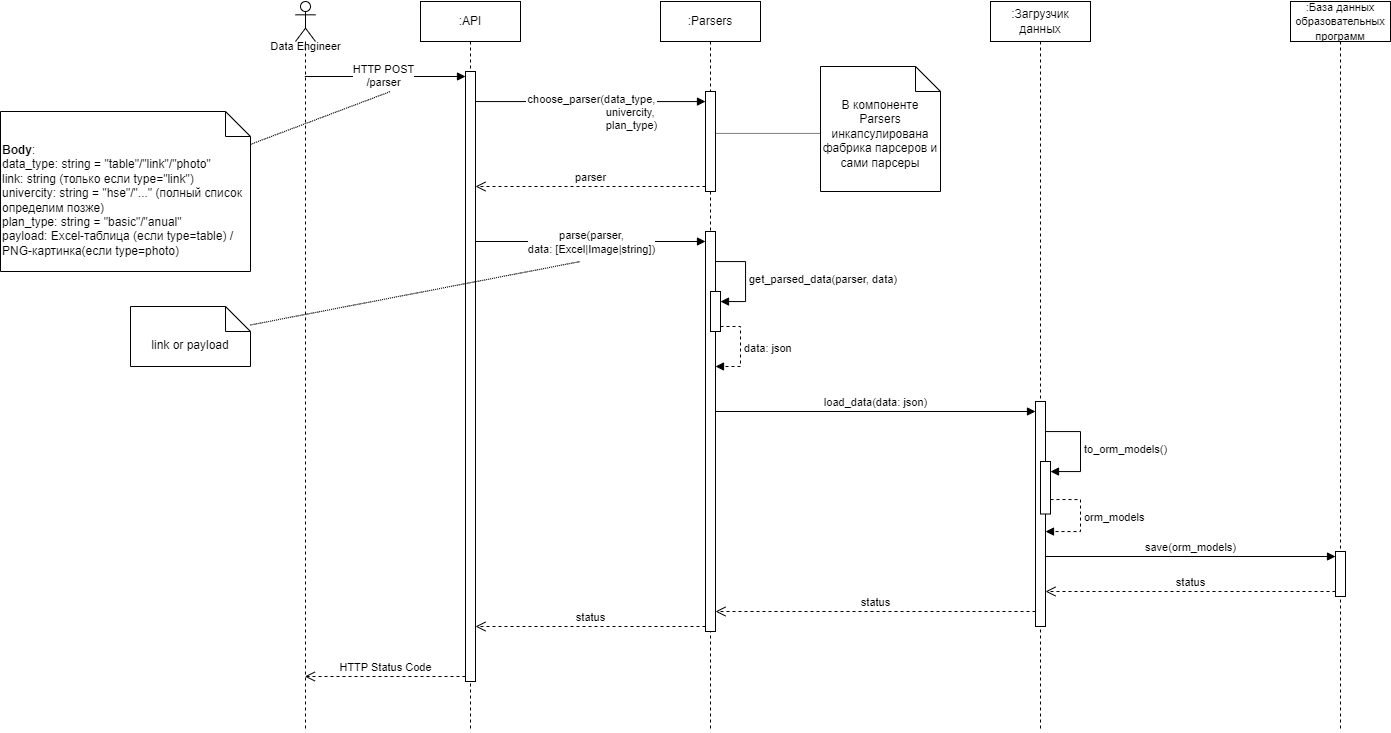
The draw.io diagram Lab Work №3/docs/SSAD 3-2.png in yunas-x/Diploma, before a commit. Source tidied: cells renumbered, new cells last; positions are measured from the earlier drawing's top-left corner, leaving out a move shared by most shapes.
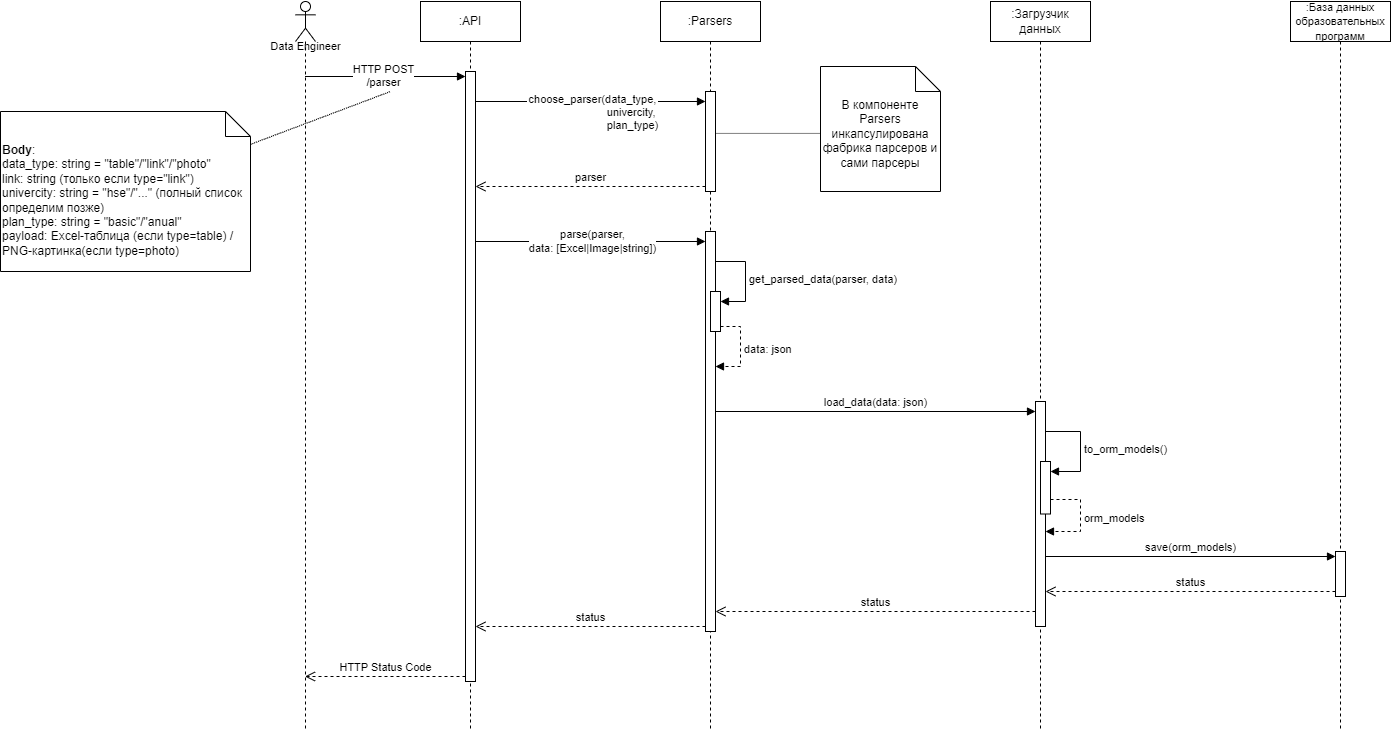
Later version of the same file.

Diff of the diagram source:
```diff
@@ -101,14 +101,6 @@
     <mxCell id="25" value="status" style="html=1;verticalAlign=bottom;endArrow=open;dashed=1;endSize=8;curved=0;rounded=0;exitX=0;exitY=1;exitDx=0;exitDy=-5;" parent="1" edge="1" source="6" target="4">
       <mxGeometry relative="1" as="geometry" />
     </mxCell>
-    <mxCell id="26" value="link or payload" style="shape=note2;boundedLbl=1;whiteSpace=wrap;html=1;size=25;verticalAlign=top;align=center;" parent="1" vertex="1">
-      <mxGeometry x="130" y="305" width="120" height="60" as="geometry" />
-    </mxCell>
-    <mxCell id="27" style="rounded=0;jettySize=auto;html=1;endArrow=none;endFill=0;dashed=1;dashPattern=1 1;" parent="1" edge="1" source="26">
-      <mxGeometry relative="1" as="geometry">
-        <mxPoint x="580" y="260" as="targetPoint" />
-      </mxGeometry>
-    </mxCell>
     <mxCell id="28" value="load_data(data: json)" style="html=1;verticalAlign=bottom;endArrow=block;curved=0;rounded=0;" parent="1" edge="1">
       <mxGeometry relative="1" as="geometry">
         <mxPoint x="715" y="410" as="sourcePoint" />
```
